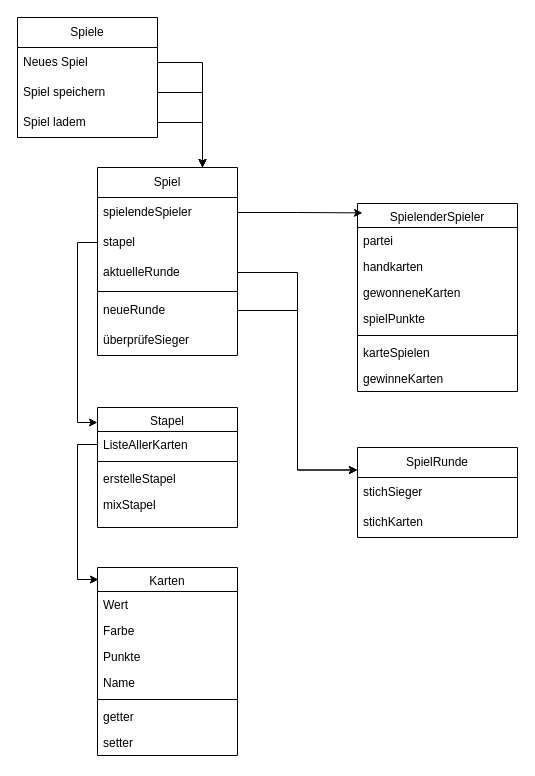
The draw.io diagram Struktur.drawio in stefreschke/hwr-oop-project-template, before the edit. Source tidied: cells renumbered, new cells numbered last; positions are measured from the earlier drawing's top-left corner, leaving out a move shared by most shapes. Both pictures are drawn from the tidied source at 100%, with x=0, y=0 at pixel (17, 17).
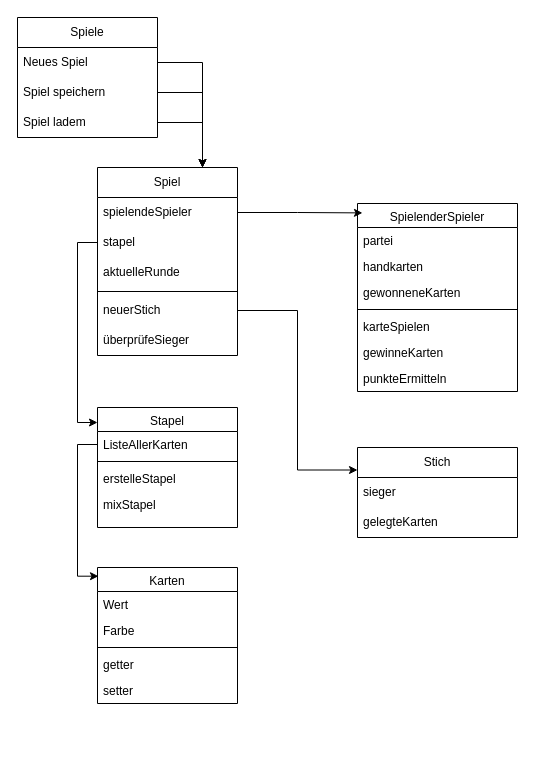
The same diagram, later.

The change refers to these unchanged cells:
```xml
<mxCell id="19" value="SpielenderSpieler" style="swimlane;fontStyle=0;align=center;verticalAlign=top;horizontal=1;startSize=24;rounded=0;shadow=0;strokeWidth=1;" parent="1" vertex="1">
  <mxGeometry x="340" y="186" width="160" height="188" as="geometry" />
</mxCell>
<mxCell id="27" value="Spiel" style="swimlane;fontStyle=0;horizontal=1;startSize=30;whiteSpace=wrap;html=1;" parent="1" vertex="1">
  <mxGeometry x="80" y="150" width="140" height="188" as="geometry" />
</mxCell>
<mxCell id="30" value="aktuelleRunde" style="text;strokeColor=none;fillColor=none;align=left;verticalAlign=middle;spacingLeft=4;spacingRight=4;overflow=hidden;points=[[0,0.5],[1,0.5]];portConstraint=eastwest;whiteSpace=wrap;html=1;" parent="27" vertex="1">
  <mxGeometry y="90" width="140" height="30" as="geometry" />
</mxCell>
```

What changed in the source:
```diff
@@
     <mxCell id="2" value="Karten" style="swimlane;fontStyle=0;align=center;verticalAlign=top;horizontal=1;startSize=24;rounded=0;shadow=0;strokeWidth=1;" parent="1" vertex="1">
-      <mxGeometry x="80" y="550" width="140" height="188" as="geometry" />
+      <mxGeometry x="80" y="550" width="140" height="136" as="geometry" />
     </mxCell>
@@
-    <mxCell id="5" value="Punkte" style="text;align=left;verticalAlign=top;spacingLeft=4;spacingRight=4;overflow=hidden;rounded=0;shadow=0;html=0;" parent="2" vertex="1">
-      <mxGeometry y="76" width="140" height="26" as="geometry" />
-    </mxCell>
-    <mxCell id="6" value="Name" style="text;align=left;verticalAlign=top;spacingLeft=4;spacingRight=4;overflow=hidden;rounded=0;shadow=0;html=0;" parent="2" vertex="1">
-      <mxGeometry y="102" width="140" height="26" as="geometry" />
-    </mxCell>
     <mxCell id="7" style="line;html=1;strokeWidth=1;align=left;verticalAlign=middle;spacingTop=-1;spacingLeft=3;spacingRight=3;labelPosition=right;" parent="2" vertex="1">
-      <mxGeometry y="128" width="140" height="8" as="geometry" />
+      <mxGeometry y="76" width="140" height="8" as="geometry" />
     </mxCell>
     <mxCell id="8" value="getter" style="text;align=left;verticalAlign=top;spacingLeft=4;spacingRight=4;overflow=hidden;" parent="2" vertex="1">
-      <mxGeometry y="136" width="140" height="26" as="geometry" />
+      <mxGeometry y="84" width="140" height="26" as="geometry" />
     </mxCell>
     <mxCell id="9" value="setter" style="text;align=left;verticalAlign=top;spacingLeft=4;spacingRight=4;overflow=hidden;" parent="2" vertex="1">
-      <mxGeometry y="162" width="140" height="26" as="geometry" />
+      <mxGeometry y="110" width="140" height="26" as="geometry" />
     </mxCell>
@@
-    <mxCell id="23" value="spielPunkte" style="text;align=left;verticalAlign=top;spacingLeft=4;spacingRight=4;overflow=hidden;rounded=0;shadow=0;html=0;" parent="19" vertex="1">
-      <mxGeometry y="102" width="160" height="26" as="geometry" />
-    </mxCell>
     <mxCell id="24" style="line;html=1;strokeWidth=1;align=left;verticalAlign=middle;spacingTop=-1;spacingLeft=3;spacingRight=3;labelPosition=right;" parent="19" vertex="1">
-      <mxGeometry y="128" width="160" height="8" as="geometry" />
+      <mxGeometry y="102" width="160" height="8" as="geometry" />
     </mxCell>
     <mxCell id="25" value="karteSpielen" style="text;align=left;verticalAlign=top;spacingLeft=4;spacingRight=4;overflow=hidden;" parent="19" vertex="1">
-      <mxGeometry y="136" width="160" height="26" as="geometry" />
+      <mxGeometry y="110" width="160" height="26" as="geometry" />
     </mxCell>
     <mxCell id="26" value="gewinneKarten" style="text;align=left;verticalAlign=top;spacingLeft=4;spacingRight=4;overflow=hidden;rounded=0;shadow=0;html=0;" parent="19" vertex="1">
-      <mxGeometry y="162" width="160" height="26" as="geometry" />
+      <mxGeometry y="136" width="160" height="26" as="geometry" />
     </mxCell>
+    <mxCell id="45" value="punkteErmitteln" style="text;align=left;verticalAlign=top;spacingLeft=4;spacingRight=4;overflow=hidden;rounded=0;shadow=0;html=0;" parent="19" vertex="1">
+      <mxGeometry y="162" width="160" height="26" as="geometry" />
+    </mxCell>
@@
-    <mxCell id="32" value="neueRunde" style="text;strokeColor=none;fillColor=none;align=left;verticalAlign=middle;spacingLeft=4;spacingRight=4;overflow=hidden;points=[[0,0.5],[1,0.5]];portConstraint=eastwest;whiteSpace=wrap;html=1;" parent="27" vertex="1">
-      <mxGeometry y="128" width="140" height="30" as="geometry" />
-    </mxCell>
+    <mxCell id="46" value="neuerStich" style="text;strokeColor=none;fillColor=none;align=left;verticalAlign=middle;spacingLeft=4;spacingRight=4;overflow=hidden;points=[[0,0.5],[1,0.5]];portConstraint=eastwest;whiteSpace=wrap;html=1;" parent="27" vertex="1">
+      <mxGeometry y="128" width="140" height="30" as="geometry" />
+    </mxCell>
@@
-    <mxCell id="38" value="SpielRunde" style="swimlane;fontStyle=0;horizontal=1;startSize=30;whiteSpace=wrap;html=1;" parent="1" vertex="1">
+    <mxCell id="38" value="Stich" style="swimlane;fontStyle=0;horizontal=1;startSize=30;whiteSpace=wrap;html=1;" parent="1" vertex="1">
       <mxGeometry x="340" y="430" width="160" height="90" as="geometry" />
     </mxCell>
-    <mxCell id="39" value="stichSieger" style="text;strokeColor=none;fillColor=none;align=left;verticalAlign=middle;spacingLeft=4;spacingRight=4;overflow=hidden;whiteSpace=wrap;html=1;" parent="38" vertex="1">
+    <mxCell id="39" value="sieger" style="text;strokeColor=none;fillColor=none;align=left;verticalAlign=middle;spacingLeft=4;spacingRight=4;overflow=hidden;whiteSpace=wrap;html=1;" parent="38" vertex="1">
       <mxGeometry y="30" width="160" height="30" as="geometry" />
     </mxCell>
-    <mxCell id="40" value="stichKarten" style="text;strokeColor=none;fillColor=none;align=left;verticalAlign=middle;spacingLeft=4;spacingRight=4;overflow=hidden;whiteSpace=wrap;html=1;" parent="38" vertex="1">
+    <mxCell id="40" value="gelegteKarten" style="text;strokeColor=none;fillColor=none;align=left;verticalAlign=middle;spacingLeft=4;spacingRight=4;overflow=hidden;whiteSpace=wrap;html=1;" parent="38" vertex="1">
       <mxGeometry y="60" width="160" height="30" as="geometry" />
     </mxCell>
-    <mxCell id="41" style="edgeStyle=orthogonalEdgeStyle;rounded=0;jettySize=auto;html=1;entryX=0;entryY=0.25;entryDx=0;entryDy=0;" parent="1" edge="1" source="30" target="38">
-      <mxGeometry relative="1" as="geometry" />
-    </mxCell>
-    <mxCell id="42" style="edgeStyle=orthogonalEdgeStyle;rounded=0;jettySize=auto;html=1;entryX=0;entryY=0.25;entryDx=0;entryDy=0;" parent="1" edge="1" source="32" target="38">
-      <mxGeometry relative="1" as="geometry" />
-    </mxCell>
@@
+    <mxCell id="47" style="edgeStyle=orthogonalEdgeStyle;rounded=0;jettySize=auto;html=1;exitX=1;exitY=0.5;exitDx=0;exitDy=0;entryX=0;entryY=0.25;entryDx=0;entryDy=0;" parent="1" edge="1" source="46" target="38">
+      <mxGeometry relative="1" as="geometry" />
+    </mxCell>
```
